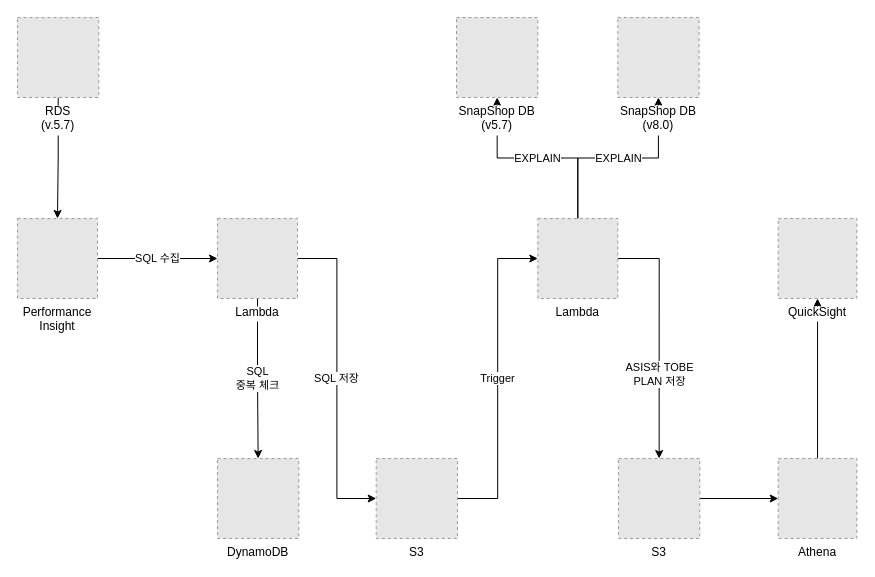
Above: SQL_PLAN_1.0.drawio in color275/draw.io (draw.io), before the change. Source tidied: cells renumbered, new cells numbered last; positions are measured from the earlier drawing's top-left corner, leaving out a move shared by most shapes. Both pictures are drawn from the tidied source at 100%, with x=0, y=0 at pixel (17, 17). Pictures stored in the file or linked from it are replaced by grey dashed boxes.
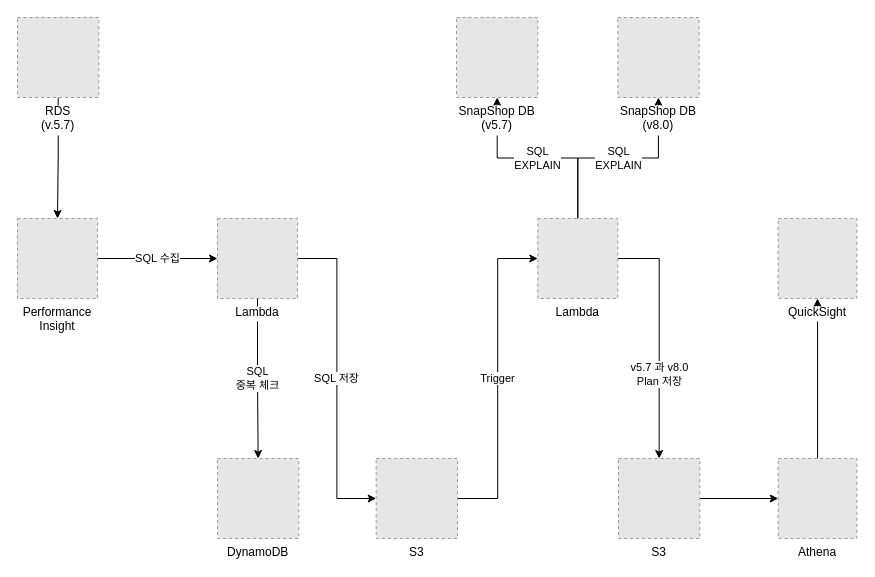
The same page after the edit.

Unchanged cells that the change refers to:
```xml
<mxCell id="15" value="Lambda" style="fillColor=#E6E6E6;strokeColor=#999999;dashed=1;verticalLabelPosition=bottom;labelBackgroundColor=default;verticalAlign=top;" parent="1" vertex="1">
  <mxGeometry x="520.3" y="201" width="80" height="80" as="geometry" />
</mxCell>
<mxCell id="17" value="S3" style="fillColor=#E6E6E6;strokeColor=#999999;dashed=1;verticalLabelPosition=bottom;labelBackgroundColor=default;verticalAlign=top;" parent="1" vertex="1">
  <mxGeometry x="601" y="441" width="81.3" height="80" as="geometry" />
</mxCell>
<mxCell id="20" value="SnapShop DB&#10;(v5.7)" style="fillColor=#E6E6E6;strokeColor=#999999;dashed=1;verticalLabelPosition=bottom;labelBackgroundColor=default;verticalAlign=top;" parent="1" vertex="1">
  <mxGeometry x="439" width="81.3" height="80" as="geometry" />
</mxCell>
<mxCell id="21" value="SnapShop DB&#10;(v8.0)" style="fillColor=#E6E6E6;strokeColor=#999999;dashed=1;verticalLabelPosition=bottom;labelBackgroundColor=default;verticalAlign=top;" parent="1" vertex="1">
  <mxGeometry x="600.3" width="81.3" height="80" as="geometry" />
</mxCell>
```

What changed in the source:
```diff
@@
-    <mxCell id="12" value="EXPLAIN" style="edgeStyle=orthogonalEdgeStyle;rounded=0;jettySize=auto;html=1;entryX=0.5;entryY=1;entryDx=0;entryDy=0;" parent="1" edge="1" source="15" target="20">
+    <mxCell id="12" value="SQL&lt;br&gt;EXPLAIN" style="edgeStyle=orthogonalEdgeStyle;rounded=0;jettySize=auto;html=1;entryX=0.5;entryY=1;entryDx=0;entryDy=0;" parent="1" edge="1" source="15" target="20">
       <mxGeometry relative="1" as="geometry" />
     </mxCell>
-    <mxCell id="13" value="EXPLAIN" style="edgeStyle=orthogonalEdgeStyle;rounded=0;jettySize=auto;html=1;" parent="1" edge="1" source="15" target="21">
+    <mxCell id="13" value="SQL&lt;br&gt;EXPLAIN" style="edgeStyle=orthogonalEdgeStyle;rounded=0;jettySize=auto;html=1;" parent="1" edge="1" source="15" target="21">
       <mxGeometry relative="1" as="geometry" />
     </mxCell>
-    <mxCell id="14" value="ASIS와 TOBE&lt;br style=&quot;border-color: var(--border-color);&quot;&gt;PLAN 저장" style="edgeStyle=orthogonalEdgeStyle;rounded=0;jettySize=auto;html=1;entryX=0.5;entryY=0;entryDx=0;entryDy=0;" parent="1" edge="1" source="15" target="17">
+    <mxCell id="14" value="v5.7 과 v8.0&lt;br&gt;Plan 저장" style="edgeStyle=orthogonalEdgeStyle;rounded=0;jettySize=auto;html=1;entryX=0.5;entryY=0;entryDx=0;entryDy=0;" parent="1" edge="1" source="15" target="17">
       <mxGeometry x="0.3" relative="1" as="geometry" />
     </mxCell>
```
